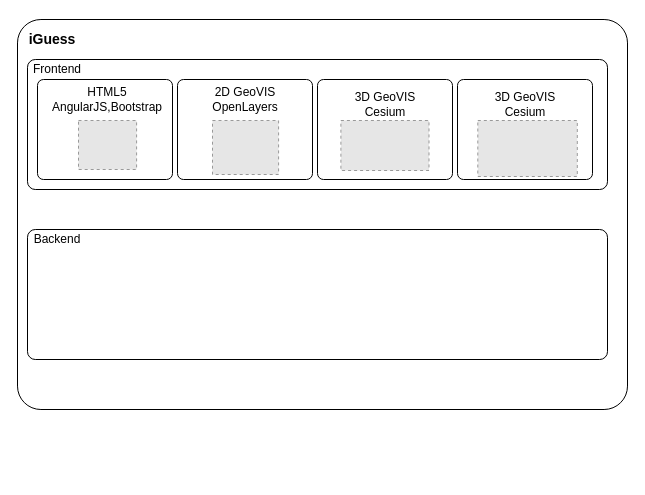
This is IP_Meeting.drawio from christianbraun/secure_workflow, a draw.io file, before an edit. Source tidied: cells renumbered, new cells numbered last; positions are measured from the earlier drawing's top-left corner, leaving out a move shared by most shapes. Both pictures are drawn from the tidied source at 100%, with x=0, y=0 at pixel (17, 19). Pictures stored in the file or linked from it are replaced by grey dashed boxes.
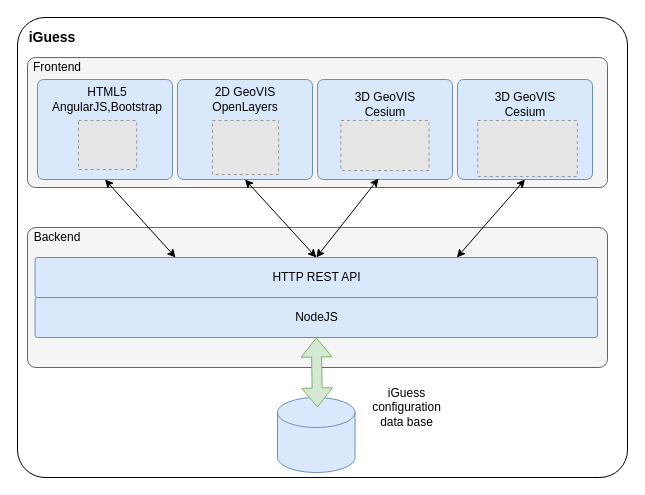
The same page after the edit.

What changed in the source:
```diff
@@
     <mxCell id="2" style="rounded=1;whiteSpace=wrap;html=1;align=center;arcSize=6;" parent="1" vertex="1">
-      <mxGeometry width="610" height="390" as="geometry" />
+      <mxGeometry y="-2" width="610" height="460" as="geometry" />
     </mxCell>
     <mxCell id="3" value="iGuess" style="text;html=1;strokeColor=none;fillColor=none;align=center;verticalAlign=middle;whiteSpace=wrap;rounded=0;fontStyle=1;fontSize=14;" parent="1" vertex="1">
-      <mxGeometry x="10" y="10" width="50" height="20" as="geometry" />
+      <mxGeometry x="10" y="8" width="50" height="20" as="geometry" />
     </mxCell>
-    <mxCell id="4" style="rounded=1;whiteSpace=wrap;html=1;align=center;arcSize=6;" parent="1" vertex="1">
-      <mxGeometry x="10" y="40" width="580" height="130" as="geometry" />
+    <mxCell id="4" style="rounded=1;whiteSpace=wrap;html=1;align=center;arcSize=6;fillColor=#f5f5f5;strokeColor=#666666;fontColor=#333333;" parent="1" vertex="1">
+      <mxGeometry x="10" y="38" width="580" height="130" as="geometry" />
     </mxCell>
     <mxCell id="5" value="Frontend" style="text;html=1;strokeColor=none;fillColor=none;align=center;verticalAlign=middle;whiteSpace=wrap;rounded=0;fontSize=12;fontStyle=0;" parent="1" vertex="1">
-      <mxGeometry x="10" y="40" width="60" height="20" as="geometry" />
+      <mxGeometry x="10" y="38" width="60" height="20" as="geometry" />
     </mxCell>
-    <mxCell id="6" style="rounded=1;whiteSpace=wrap;html=1;align=center;arcSize=6;" parent="1" vertex="1">
+    <mxCell id="6" style="rounded=1;whiteSpace=wrap;html=1;align=center;arcSize=6;fillColor=#dae8fc;strokeColor=#6c8ebf;" parent="1" vertex="1">
       <mxGeometry x="20" y="60" width="135" height="100" as="geometry" />
     </mxCell>
@@
-    <mxCell id="9" style="rounded=1;whiteSpace=wrap;html=1;align=center;arcSize=6;" parent="1" vertex="1">
+    <mxCell id="9" style="rounded=1;whiteSpace=wrap;html=1;align=center;arcSize=6;fillColor=#dae8fc;strokeColor=#6c8ebf;" parent="1" vertex="1">
       <mxGeometry x="160" y="60" width="135" height="100" as="geometry" />
     </mxCell>
@@
-    <mxCell id="12" style="rounded=1;whiteSpace=wrap;html=1;align=center;arcSize=6;" parent="1" vertex="1">
+    <mxCell id="12" style="rounded=1;whiteSpace=wrap;html=1;align=center;arcSize=6;fillColor=#dae8fc;strokeColor=#6c8ebf;" parent="1" vertex="1">
       <mxGeometry x="300" y="60" width="135" height="100" as="geometry" />
     </mxCell>
@@
-    <mxCell id="15" style="rounded=1;whiteSpace=wrap;html=1;align=center;arcSize=6;" parent="1" vertex="1">
+    <mxCell id="15" style="rounded=1;whiteSpace=wrap;html=1;align=center;arcSize=6;fillColor=#dae8fc;strokeColor=#6c8ebf;" parent="1" vertex="1">
       <mxGeometry x="440" y="60" width="135" height="100" as="geometry" />
     </mxCell>
@@
-    <mxCell id="18" style="rounded=1;whiteSpace=wrap;html=1;align=center;arcSize=6;" parent="1" vertex="1">
-      <mxGeometry x="10" y="210" width="580" height="130" as="geometry" />
+    <mxCell id="18" style="rounded=1;whiteSpace=wrap;html=1;align=center;arcSize=6;fillColor=#f5f5f5;strokeColor=#666666;fontColor=#333333;" parent="1" vertex="1">
+      <mxGeometry x="10" y="208" width="580" height="140" as="geometry" />
     </mxCell>
     <mxCell id="19" value="Backend" style="text;html=1;strokeColor=none;fillColor=none;align=center;verticalAlign=middle;whiteSpace=wrap;rounded=0;fontSize=12;fontStyle=0;" parent="1" vertex="1">
-      <mxGeometry x="10" y="210" width="60" height="20" as="geometry" />
+      <mxGeometry x="10" y="208" width="60" height="20" as="geometry" />
     </mxCell>
+    <mxCell id="20" value="HTTP REST API" style="rounded=1;whiteSpace=wrap;html=1;align=center;arcSize=6;fillColor=#dae8fc;strokeColor=#6c8ebf;" parent="1" vertex="1">
+      <mxGeometry x="17.5" y="238" width="562.5" height="40" as="geometry" />
+    </mxCell>
+    <mxCell id="21" value="NodeJS" style="rounded=1;whiteSpace=wrap;html=1;align=center;arcSize=6;fillColor=#dae8fc;strokeColor=#6c8ebf;" parent="1" vertex="1">
+      <mxGeometry x="17.5" y="278" width="562.5" height="40" as="geometry" />
+    </mxCell>
+    <mxCell id="22" style="shape=cylinder3;whiteSpace=wrap;html=1;boundedLbl=1;backgroundOutline=1;size=15;fontSize=12;fillColor=#dae8fc;strokeColor=#6c8ebf;" parent="1" vertex="1">
+      <mxGeometry x="260" y="378" width="77.5" height="75" as="geometry" />
+    </mxCell>
+    <mxCell id="23" value="iGuess configuration data base" style="text;html=1;strokeColor=none;fillColor=none;align=center;verticalAlign=middle;whiteSpace=wrap;rounded=0;fontSize=12;fontStyle=0;" parent="1" vertex="1">
+      <mxGeometry x="342.5" y="363" width="92.5" height="50" as="geometry" />
+    </mxCell>
+    <mxCell id="24" style="shape=flexArrow;endArrow=classic;startArrow=classic;html=1;fontSize=12;entryX=0.5;entryY=1;entryDx=0;entryDy=0;fillColor=#d5e8d4;strokeColor=#82b366;" parent="1" edge="1" target="21">
+      <mxGeometry relative="1" as="geometry">
+        <mxPoint x="300" y="388" as="sourcePoint" />
+      </mxGeometry>
+    </mxCell>
+    <mxCell id="25" style="endArrow=classic;startArrow=classic;html=1;fontSize=12;entryX=0.25;entryY=0;entryDx=0;entryDy=0;exitX=0.5;exitY=1;exitDx=0;exitDy=0;" parent="1" edge="1" source="6" target="20">
+      <mxGeometry relative="1" as="geometry" />
+    </mxCell>
+    <mxCell id="26" style="endArrow=classic;startArrow=classic;html=1;fontSize=12;entryX=0.5;entryY=0;entryDx=0;entryDy=0;exitX=0.5;exitY=1;exitDx=0;exitDy=0;" parent="1" edge="1" source="9" target="20">
+      <mxGeometry relative="1" as="geometry" />
+    </mxCell>
+    <mxCell id="27" style="endArrow=classic;startArrow=classic;html=1;fontSize=12;entryX=0.452;entryY=0.99;entryDx=0;entryDy=0;exitX=0.5;exitY=0;exitDx=0;exitDy=0;entryPerimeter=0;" parent="1" edge="1" source="20" target="12">
+      <mxGeometry relative="1" as="geometry" />
+    </mxCell>
+    <mxCell id="28" style="endArrow=classic;startArrow=classic;html=1;fontSize=12;entryX=0.5;entryY=1;entryDx=0;entryDy=0;exitX=0.75;exitY=0;exitDx=0;exitDy=0;" parent="1" edge="1" source="20" target="15">
+      <mxGeometry relative="1" as="geometry" />
+    </mxCell>
```
